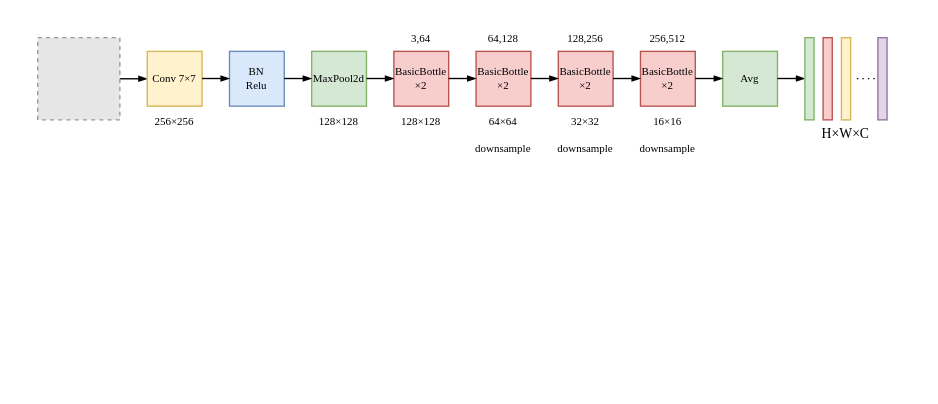
qjl988/drawio keeps this draw.io diagram as 第三章-resnet18.drawio. Above is the earlier version. Source tidied: cells renumbered, new cells numbered last; positions are measured from the earlier drawing's top-left corner, leaving out a move shared by most shapes. Both pictures are drawn from the tidied source at 137%, with x=0, y=0 at pixel (37, 23). Pictures stored in the file or linked from it are replaced by grey dashed boxes.
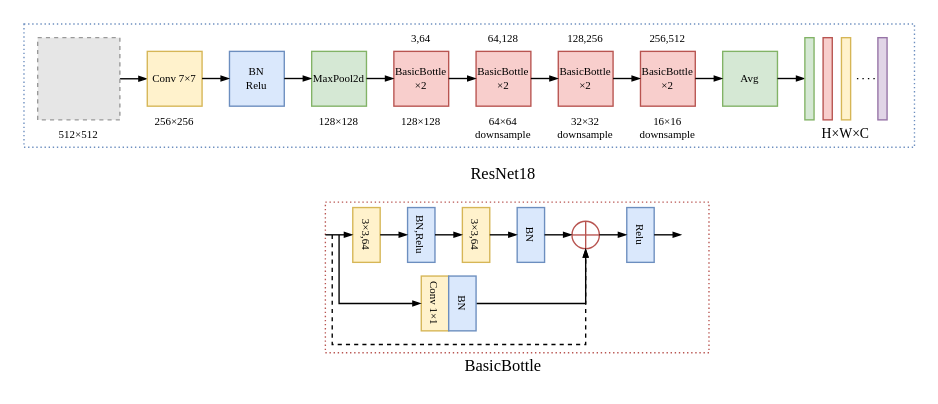
The same diagram, later.

Commit message:
更新第三章-resnet18.drawio

Diff of the diagram source:
```diff
@@
+    <mxCell id="41" style="rounded=0;whiteSpace=wrap;html=1;fillColor=none;dashed=1;dashPattern=1 2;strokeColor=#6c8ebf;" parent="1" vertex="1">
+      <mxGeometry x="-10" width="650" height="90" as="geometry" />
+    </mxCell>
@@
     <mxCell id="34" value="&lt;span style=&quot;font-size: 8px;&quot;&gt;downsample&lt;/span&gt;" style="text;html=1;strokeColor=none;fillColor=none;align=center;verticalAlign=middle;whiteSpace=wrap;rounded=0;fontFamily=Times New Roman;fontSize=10;" parent="1" vertex="1">
-      <mxGeometry x="380" y="80" width="40" height="20" as="geometry" />
+      <mxGeometry x="380" y="70" width="40" height="20" as="geometry" />
     </mxCell>
     <mxCell id="35" value="&lt;span style=&quot;font-size: 8px;&quot;&gt;downsample&lt;/span&gt;" style="text;html=1;strokeColor=none;fillColor=none;align=center;verticalAlign=middle;whiteSpace=wrap;rounded=0;fontFamily=Times New Roman;fontSize=10;" parent="1" vertex="1">
-      <mxGeometry x="320" y="80" width="40" height="20" as="geometry" />
+      <mxGeometry x="320" y="70" width="40" height="20" as="geometry" />
     </mxCell>
     <mxCell id="36" value="&lt;span style=&quot;font-size: 8px;&quot;&gt;downsample&lt;/span&gt;" style="text;html=1;strokeColor=none;fillColor=none;align=center;verticalAlign=middle;whiteSpace=wrap;rounded=0;fontFamily=Times New Roman;fontSize=10;" parent="1" vertex="1">
-      <mxGeometry x="440" y="80" width="40" height="20" as="geometry" />
+      <mxGeometry x="440" y="70" width="40" height="20" as="geometry" />
     </mxCell>
@@
+    <mxCell id="42" value="&lt;span style=&quot;font-size: 8px;&quot;&gt;512&lt;/span&gt;&lt;span style=&quot;font-size: 8px;&quot;&gt;×512&lt;/span&gt;" style="text;html=1;strokeColor=none;fillColor=none;align=center;verticalAlign=middle;whiteSpace=wrap;rounded=0;fontFamily=Times New Roman;fontSize=10;" parent="1" vertex="1">
+      <mxGeometry y="70" width="60" height="20" as="geometry" />
+    </mxCell>
+    <mxCell id="43" value="&lt;span style=&quot;font-size: 12px;&quot;&gt;ResNet18&lt;/span&gt;" style="text;html=1;strokeColor=none;fillColor=none;align=center;verticalAlign=middle;whiteSpace=wrap;rounded=0;fontFamily=Times New Roman;fontSize=12;" parent="1" vertex="1">
+      <mxGeometry x="320" y="100" width="40" height="20" as="geometry" />
+    </mxCell>
+    <mxCell id="44" style="group;fillColor=none;" parent="1" vertex="1">
+      <mxGeometry x="210" y="130" width="280" height="130" as="geometry" />
+    </mxCell>
+    <mxCell id="45" style="rounded=0;whiteSpace=wrap;html=1;fillColor=none;dashed=1;dashPattern=1 2;strokeColor=#b85450;" parent="44" vertex="1">
+      <mxGeometry width="280" height="110" as="geometry" />
+    </mxCell>
+    <mxCell id="46" value="3×3,64" style="rounded=0;whiteSpace=wrap;html=1;fontSize=8;fontFamily=Times New Roman;fillColor=#fff2cc;strokeColor=#d6b656;rotation=90;" parent="44" vertex="1">
+      <mxGeometry x="10" y="14" width="40" height="20" as="geometry" />
+    </mxCell>
+    <mxCell id="47" value="BN,Relu" style="rounded=0;whiteSpace=wrap;html=1;fontSize=8;fontFamily=Times New Roman;fillColor=#dae8fc;strokeColor=#6c8ebf;rotation=90;" parent="44" vertex="1">
+      <mxGeometry x="50" y="14" width="40" height="20" as="geometry" />
+    </mxCell>
+    <mxCell id="48" value="3×3,64" style="rounded=0;whiteSpace=wrap;html=1;fontSize=8;fontFamily=Times New Roman;fillColor=#fff2cc;strokeColor=#d6b656;rotation=90;" parent="44" vertex="1">
+      <mxGeometry x="90" y="14" width="40" height="20" as="geometry" />
+    </mxCell>
+    <mxCell id="49" value="BN" style="rounded=0;whiteSpace=wrap;html=1;fontSize=8;fontFamily=Times New Roman;fillColor=#dae8fc;strokeColor=#6c8ebf;rotation=90;" parent="44" vertex="1">
+      <mxGeometry x="130" y="14" width="40" height="20" as="geometry" />
+    </mxCell>
+    <mxCell id="50" style="shape=orEllipse;perimeter=ellipsePerimeter;whiteSpace=wrap;html=1;backgroundOutline=1;fillColor=none;strokeColor=#b85450;" parent="44" vertex="1">
+      <mxGeometry x="180" y="14" width="20" height="20" as="geometry" />
+    </mxCell>
+    <mxCell id="51" value="Relu" style="rounded=0;whiteSpace=wrap;html=1;fontSize=8;fontFamily=Times New Roman;fillColor=#dae8fc;strokeColor=#6c8ebf;rotation=90;" parent="44" vertex="1">
+      <mxGeometry x="210" y="14" width="40" height="20" as="geometry" />
+    </mxCell>
+    <mxCell id="52" style="edgeStyle=orthogonalEdgeStyle;rounded=0;orthogonalLoop=1;jettySize=auto;html=1;entryX=0;entryY=0.5;entryDx=0;entryDy=0;endArrow=blockThin;endFill=1;endSize=4;" parent="44" edge="1">
+      <mxGeometry relative="1" as="geometry">
+        <mxPoint y="23.9" as="sourcePoint" />
+        <mxPoint x="20" y="23.9" as="targetPoint" />
+      </mxGeometry>
+    </mxCell>
+    <mxCell id="53" style="edgeStyle=orthogonalEdgeStyle;rounded=0;orthogonalLoop=1;jettySize=auto;html=1;entryX=0;entryY=0.5;entryDx=0;entryDy=0;endArrow=blockThin;endFill=1;endSize=4;" parent="44" edge="1">
+      <mxGeometry relative="1" as="geometry">
+        <mxPoint x="40" y="23.9" as="sourcePoint" />
+        <mxPoint x="60" y="23.9" as="targetPoint" />
+      </mxGeometry>
+    </mxCell>
+    <mxCell id="54" style="edgeStyle=orthogonalEdgeStyle;rounded=0;orthogonalLoop=1;jettySize=auto;html=1;entryX=0;entryY=0.5;entryDx=0;entryDy=0;endArrow=blockThin;endFill=1;endSize=4;" parent="44" edge="1">
+      <mxGeometry relative="1" as="geometry">
+        <mxPoint x="80" y="23.9" as="sourcePoint" />
+        <mxPoint x="100" y="23.9" as="targetPoint" />
+      </mxGeometry>
+    </mxCell>
+    <mxCell id="55" style="edgeStyle=orthogonalEdgeStyle;rounded=0;orthogonalLoop=1;jettySize=auto;html=1;entryX=0;entryY=0.5;entryDx=0;entryDy=0;endArrow=blockThin;endFill=1;endSize=4;" parent="44" edge="1">
+      <mxGeometry relative="1" as="geometry">
+        <mxPoint x="120" y="23.9" as="sourcePoint" />
+        <mxPoint x="140" y="23.9" as="targetPoint" />
+      </mxGeometry>
+    </mxCell>
+    <mxCell id="56" style="edgeStyle=orthogonalEdgeStyle;rounded=0;orthogonalLoop=1;jettySize=auto;html=1;entryX=0;entryY=0.5;entryDx=0;entryDy=0;endArrow=blockThin;endFill=1;endSize=4;" parent="44" edge="1">
+      <mxGeometry relative="1" as="geometry">
+        <mxPoint x="160" y="23.9" as="sourcePoint" />
+        <mxPoint x="180" y="23.9" as="targetPoint" />
+      </mxGeometry>
+    </mxCell>
+    <mxCell id="57" style="edgeStyle=orthogonalEdgeStyle;rounded=0;orthogonalLoop=1;jettySize=auto;html=1;entryX=0;entryY=0.5;entryDx=0;entryDy=0;endArrow=blockThin;endFill=1;endSize=4;" parent="44" edge="1">
+      <mxGeometry relative="1" as="geometry">
+        <mxPoint x="200" y="23.9" as="sourcePoint" />
+        <mxPoint x="220" y="23.9" as="targetPoint" />
+      </mxGeometry>
+    </mxCell>
+    <mxCell id="58" style="edgeStyle=orthogonalEdgeStyle;rounded=0;orthogonalLoop=1;jettySize=auto;html=1;entryX=0;entryY=0.5;entryDx=0;entryDy=0;endArrow=blockThin;endFill=1;endSize=4;" parent="44" edge="1">
+      <mxGeometry relative="1" as="geometry">
+        <mxPoint x="240" y="23.9" as="sourcePoint" />
+        <mxPoint x="260" y="23.9" as="targetPoint" />
+      </mxGeometry>
+    </mxCell>
+    <mxCell id="59" value="Conv 1×1" style="rounded=0;whiteSpace=wrap;html=1;fontSize=8;fontFamily=Times New Roman;fillColor=#fff2cc;strokeColor=#d6b656;rotation=90;" parent="44" vertex="1">
+      <mxGeometry x="60" y="64" width="40" height="20" as="geometry" />
+    </mxCell>
+    <mxCell id="60" style="edgeStyle=orthogonalEdgeStyle;rounded=0;jettySize=auto;html=1;entryX=0.5;entryY=1;entryDx=0;entryDy=0;endArrow=blockThin;endFill=1;endSize=4;" parent="44" edge="1" source="61" target="50">
+      <mxGeometry relative="1" as="geometry" />
+    </mxCell>
+    <mxCell id="61" value="BN" style="rounded=0;whiteSpace=wrap;html=1;fontSize=8;fontFamily=Times New Roman;fillColor=#dae8fc;strokeColor=#6c8ebf;rotation=90;" parent="44" vertex="1">
+      <mxGeometry x="80" y="64" width="40" height="20" as="geometry" />
+    </mxCell>
+    <mxCell id="62" style="endArrow=blockThin;html=1;rounded=0;entryX=0.5;entryY=1;entryDx=0;entryDy=0;endFill=1;endSize=4;" parent="44" edge="1" target="59">
+      <mxGeometry relative="1" as="geometry">
+        <mxPoint x="10" y="24" as="sourcePoint" />
+        <Array as="points">
+          <mxPoint x="10" y="74" />
+        </Array>
+      </mxGeometry>
+    </mxCell>
+    <mxCell id="63" style="endArrow=blockThin;html=1;rounded=0;endFill=1;endSize=4;entryX=0.5;entryY=1;entryDx=0;entryDy=0;dashed=1;" parent="44" edge="1" target="50">
+      <mxGeometry relative="1" as="geometry">
+        <mxPoint x="5" y="24" as="sourcePoint" />
+        <Array as="points">
+          <mxPoint x="5" y="104" />
+          <mxPoint x="190" y="104" />
+        </Array>
+      </mxGeometry>
+    </mxCell>
+    <mxCell id="64" value="&lt;span style=&quot;font-size: 12px;&quot;&gt;BasicBottle&lt;/span&gt;" style="text;html=1;strokeColor=none;fillColor=none;align=center;verticalAlign=middle;whiteSpace=wrap;rounded=0;fontFamily=Times New Roman;fontSize=12;" parent="44" vertex="1">
+      <mxGeometry x="110" y="110" width="40" height="20" as="geometry" />
+    </mxCell>
```
